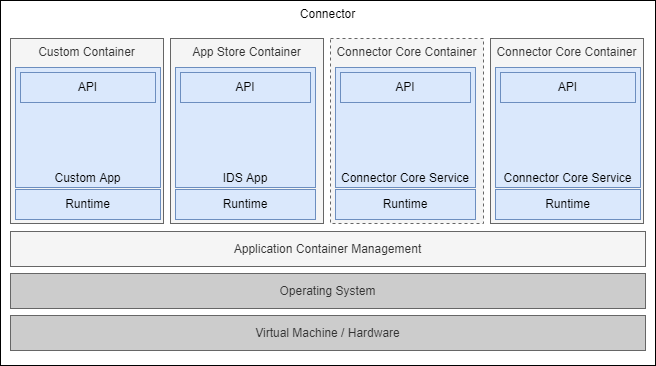
The draw.io diagram documentation/3_Layers_of_the_Reference_Architecture_Model/3_5_System_Layer/media/3.5.2.1_connector_architecture.png in International-Data-Spaces-Association/IDS-RAM_4_0, before a commit. Source tidied: cells renumbered, new cells last; positions are measured from the earlier drawing's top-left corner, leaving out a move shared by most shapes.
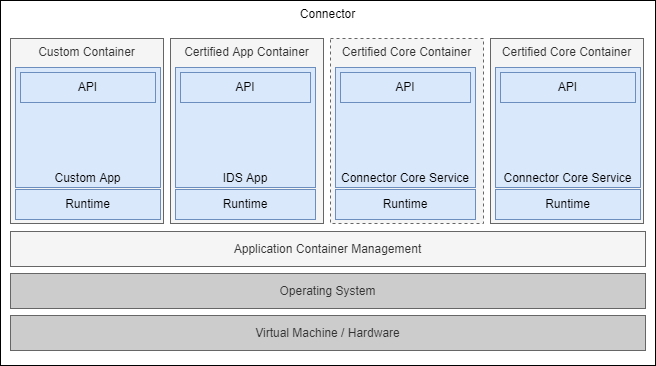
Later version of the same file.

Commit message:
chore: Integrate feedback to 3_5_2_IDS_Connector.md and the figures

Change to the diagram source:
```diff
@@ -5,13 +5,13 @@
     <mxCell id="2" value="Connector" style="rounded=0;whiteSpace=wrap;html=1;verticalAlign=top;" parent="1" vertex="1">
       <mxGeometry width="655" height="365" as="geometry" />
     </mxCell>
-    <mxCell id="3" value="Connector Core Container" style="rounded=0;whiteSpace=wrap;html=1;verticalAlign=top;dashed=1;fillColor=#f5f5f5;fontColor=#333333;strokeColor=#666666;" parent="1" vertex="1">
+    <mxCell id="3" value="Certified Core Container" style="rounded=0;whiteSpace=wrap;html=1;verticalAlign=top;dashed=1;fillColor=#f5f5f5;fontColor=#333333;strokeColor=#666666;" parent="1" vertex="1">
       <mxGeometry x="330" y="38" width="153" height="185" as="geometry" />
     </mxCell>
-    <mxCell id="4" value="App Store Container" style="rounded=0;whiteSpace=wrap;html=1;verticalAlign=top;fillColor=#f5f5f5;fontColor=#333333;strokeColor=#666666;" parent="1" vertex="1">
+    <mxCell id="4" value="Certified App Container" style="rounded=0;whiteSpace=wrap;html=1;verticalAlign=top;fillColor=#f5f5f5;fontColor=#333333;strokeColor=#666666;" parent="1" vertex="1">
       <mxGeometry x="170" y="38" width="153" height="185" as="geometry" />
     </mxCell>
-    <mxCell id="5" value="Connector Core Container" style="rounded=0;whiteSpace=wrap;html=1;verticalAlign=top;fillColor=#f5f5f5;fontColor=#333333;strokeColor=#666666;" parent="1" vertex="1">
+    <mxCell id="5" value="Certified&amp;nbsp;Core Container" style="rounded=0;whiteSpace=wrap;html=1;verticalAlign=top;fillColor=#f5f5f5;fontColor=#333333;strokeColor=#666666;" parent="1" vertex="1">
       <mxGeometry x="490" y="38" width="153" height="185" as="geometry" />
     </mxCell>
     <mxCell id="6" value="Connector Core Service" style="rounded=0;whiteSpace=wrap;html=1;fillColor=#dae8fc;strokeColor=#6c8ebf;verticalAlign=bottom;" parent="1" vertex="1">
```
